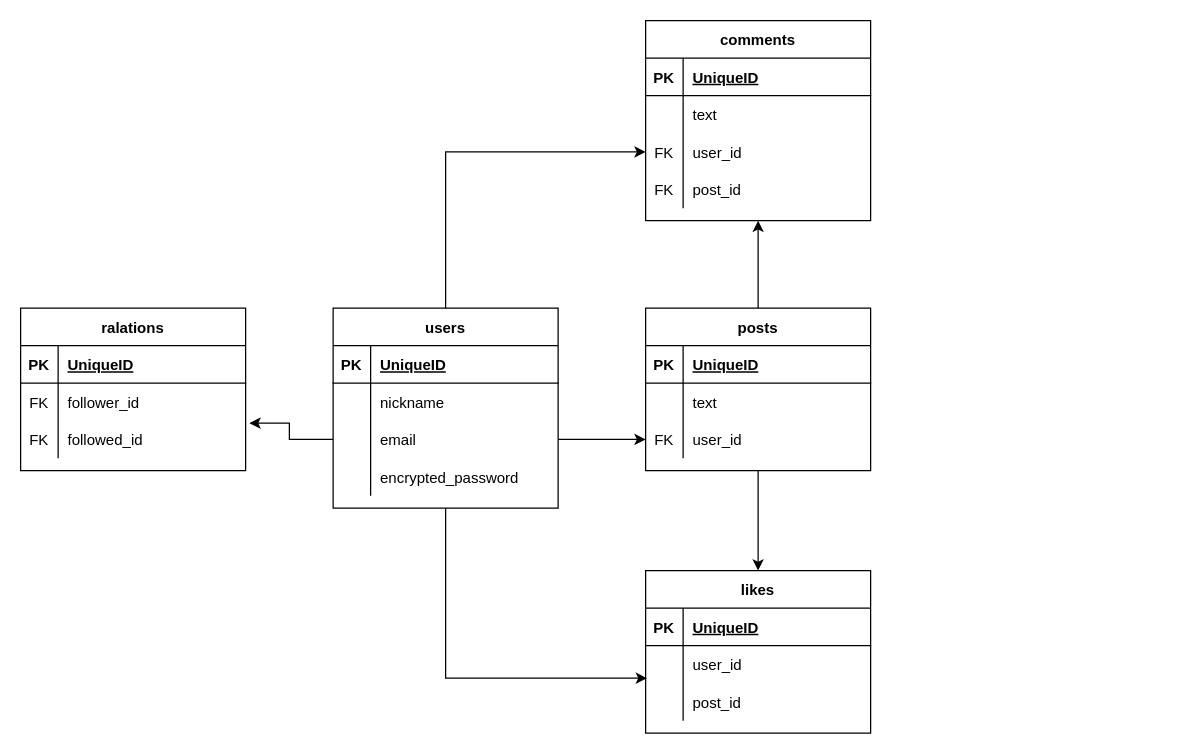
Earlier version of the draw.io diagram ER.dio (shota-bot/bishgram). Source tidied: cells renumbered, new cells numbered last; positions are measured from the earlier drawing's top-left corner, leaving out a move shared by most shapes. Both pictures are drawn from the tidied source at 125%, with x=0, y=0 at pixel (20, 20).
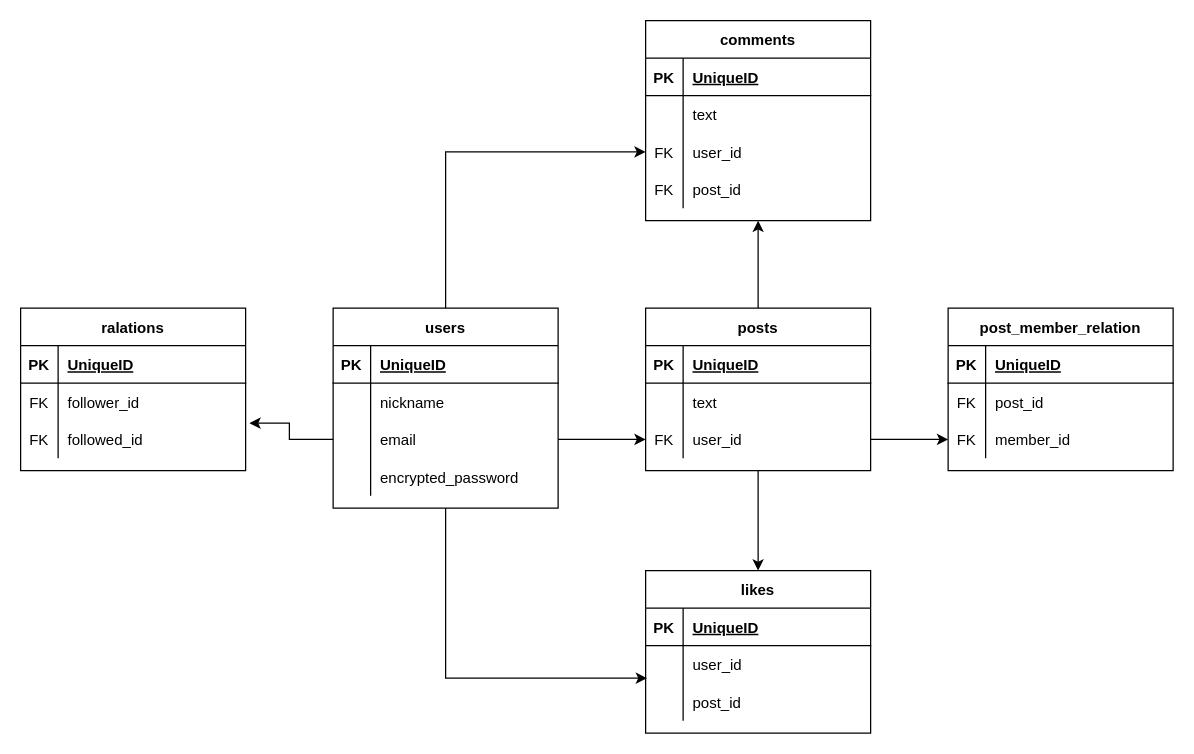
The same page after the edit.

Commit message:
テーブル設計修正

Unchanged cells that the change refers to:
```xml
<mxCell id="26" style="shape=partialRectangle;fillColor=none;top=0;left=0;bottom=0;right=0;points=[[0,0.5],[1,0.5]];portConstraint=eastwest;" parent="19" vertex="1">
  <mxGeometry y="90" width="180" height="30" as="geometry" />
</mxCell>
```

Diff of the diagram source:
```diff
@@
+    <mxCell id="64" value="post_member_relation" style="shape=table;startSize=30;childLayout=tableLayout;rowLines=0;fontStyle=1;align=center;" parent="1" vertex="1">
+      <mxGeometry x="742" y="230" width="180" height="130" as="geometry" />
+    </mxCell>
+    <mxCell id="65" style="shape=partialRectangle;fillColor=none;top=0;left=0;bottom=1;right=0;" parent="64" vertex="1">
+      <mxGeometry y="30" width="180" height="30" as="geometry" />
+    </mxCell>
+    <mxCell id="66" value="PK" style="shape=partialRectangle;fillColor=none;top=0;left=0;bottom=0;right=0;fontStyle=1;overflow=hidden;" parent="65" vertex="1">
+      <mxGeometry width="30" height="30" as="geometry" />
+    </mxCell>
+    <mxCell id="67" value="UniqueID" style="shape=partialRectangle;fillColor=none;top=0;left=0;bottom=0;right=0;align=left;spacingLeft=6;fontStyle=5;overflow=hidden;" parent="65" vertex="1">
+      <mxGeometry x="30" width="150" height="30" as="geometry" />
+    </mxCell>
+    <mxCell id="68" style="shape=partialRectangle;fillColor=none;top=0;left=0;bottom=0;right=0;" parent="64" vertex="1">
+      <mxGeometry y="60" width="180" height="30" as="geometry" />
+    </mxCell>
+    <mxCell id="69" value="FK" style="shape=partialRectangle;fillColor=none;top=0;left=0;bottom=0;right=0;overflow=hidden;" parent="68" vertex="1">
+      <mxGeometry width="30" height="30" as="geometry" />
+    </mxCell>
+    <mxCell id="70" value="post_id" style="shape=partialRectangle;fillColor=none;top=0;left=0;bottom=0;right=0;align=left;spacingLeft=6;overflow=hidden;" parent="68" vertex="1">
+      <mxGeometry x="30" width="150" height="30" as="geometry" />
+    </mxCell>
+    <mxCell id="71" style="shape=partialRectangle;fillColor=none;top=0;left=0;bottom=0;right=0;points=[[0,0.5],[1,0.5]];portConstraint=eastwest;" parent="64" vertex="1">
+      <mxGeometry y="90" width="180" height="30" as="geometry" />
+    </mxCell>
+    <mxCell id="72" value="FK" style="shape=partialRectangle;fillColor=none;top=0;left=0;bottom=0;right=0;overflow=hidden;" parent="71" vertex="1">
+      <mxGeometry width="30" height="30" as="geometry" />
+    </mxCell>
+    <mxCell id="73" value="member_id" style="shape=partialRectangle;fillColor=none;top=0;left=0;bottom=0;right=0;align=left;spacingLeft=6;overflow=hidden;" parent="71" vertex="1">
+      <mxGeometry x="30" width="150" height="30" as="geometry" />
+    </mxCell>
+    <mxCell id="74" style="edgeStyle=orthogonalEdgeStyle;rounded=0;jettySize=auto;html=1;entryX=0;entryY=0.5;entryDx=0;entryDy=0;" parent="1" edge="1" source="26" target="71">
+      <mxGeometry relative="1" as="geometry" />
+    </mxCell>
```
